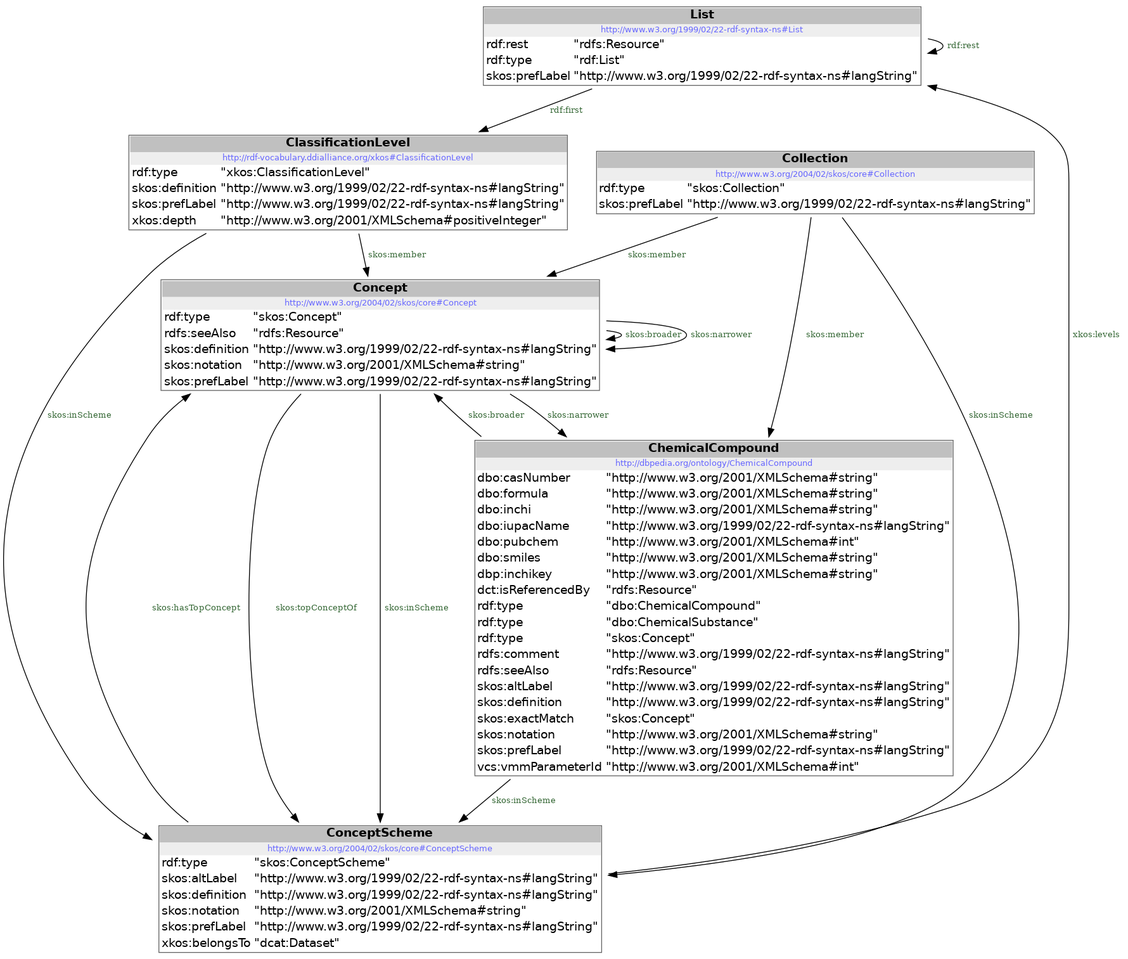
Above: src/main/documentation/model.png in milieuinfo/codelijst-chemische_stof (Graphviz), before the change. Its source is kept beside it as src/main/documentation/model.dot.
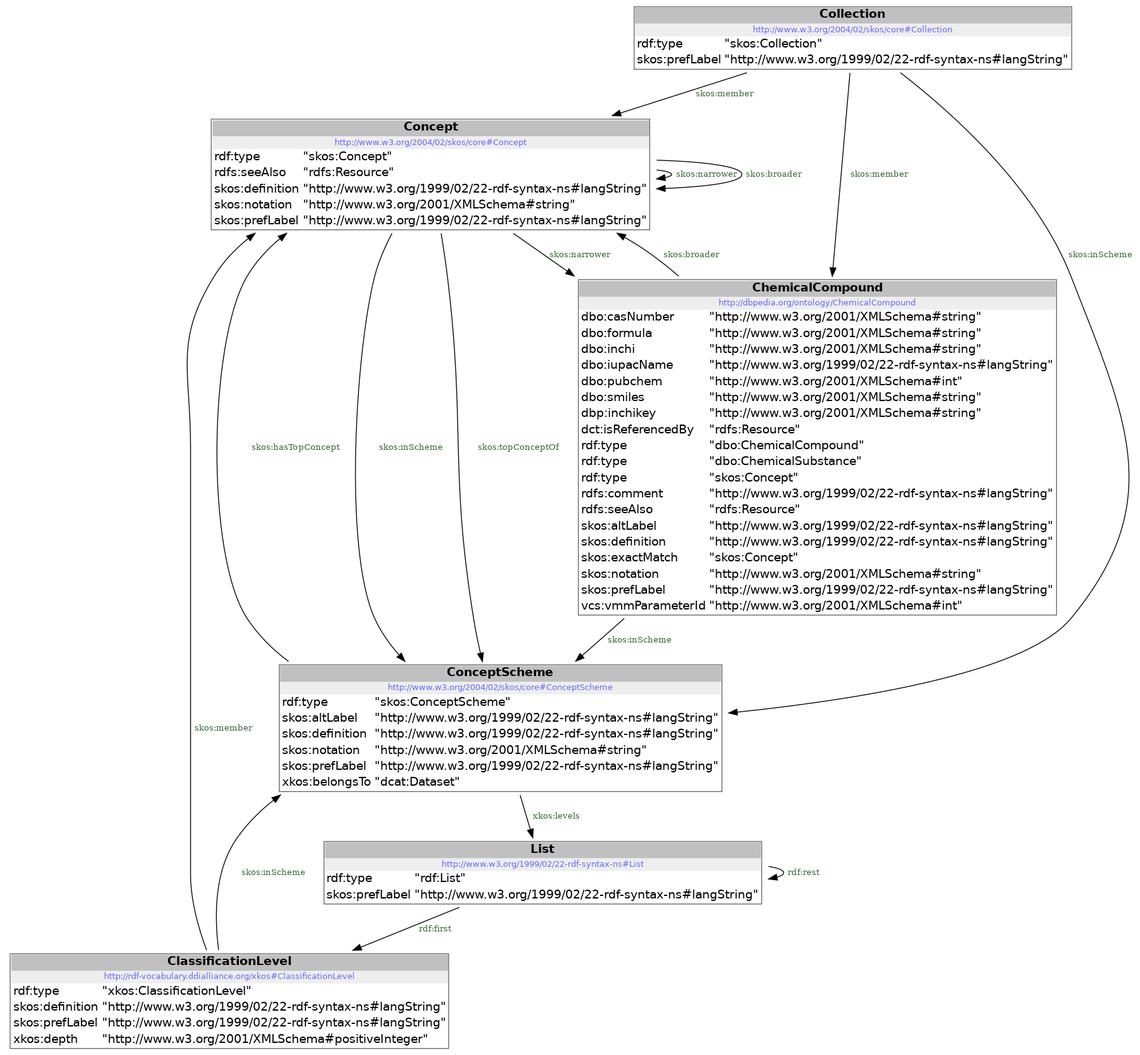
Later version of the same file.

Diff of the diagram source:
```diff
@@ -1,25 +1,25 @@
 digraph {
  node [ fontname="DejaVu Sans" ] ;
-	node0 -> node1 [ color=BLACK, label=< <font point-size='10' color='#336633'>skos:inScheme</font> > ] ;
-	node2 -> node1 [ color=BLACK, label=< <font point-size='10' color='#336633'>skos:inScheme</font> > ] ;
-	node4 -> node4 [ color=BLACK, label=< <font point-size='10' color='#336633'>skos:narrower</font> > ] ;
-	node2 -> node0 [ color=BLACK, label=< <font point-size='10' color='#336633'>skos:member</font> > ] ;
-	node3 -> node1 [ color=BLACK, label=< <font point-size='10' color='#336633'>skos:inScheme</font> > ] ;
-	node1 -> node4 [ color=BLACK, label=< <font point-size='10' color='#336633'>skos:hasTopConcept</font> > ] ;
-	node4 -> node1 [ color=BLACK, label=< <font point-size='10' color='#336633'>skos:inScheme</font> > ] ;
-	node4 -> node0 [ color=BLACK, label=< <font point-size='10' color='#336633'>skos:narrower</font> > ] ;
-	node4 -> node1 [ color=BLACK, label=< <font point-size='10' color='#336633'>skos:topConceptOf</font> > ] ;
-	node5 -> node5 [ color=BLACK, label=< <font point-size='10' color='#336633'>rdf:rest</font> > ] ;
-	node0 -> node4 [ color=BLACK, label=< <font point-size='10' color='#336633'>skos:broader</font> > ] ;
-	node1 -> node5 [ color=BLACK, label=< <font point-size='10' color='#336633'>xkos:levels</font> > ] ;
-	node5 -> node3 [ color=BLACK, label=< <font point-size='10' color='#336633'>rdf:first</font> > ] ;
-	node2 -> node4 [ color=BLACK, label=< <font point-size='10' color='#336633'>skos:member</font> > ] ;
-	node3 -> node4 [ color=BLACK, label=< <font point-size='10' color='#336633'>skos:member</font> > ] ;
-	node4 -> node4 [ color=BLACK, label=< <font point-size='10' color='#336633'>skos:broader</font> > ] ;
-node0 [ shape=none, color=black label=< <table color='#666666' cellborder='0' cellspacing='0' border='1'><tr><td colspan='2' bgcolor='grey'><B>ChemicalCompound</B></td></tr><tr><td href='http://dbpedia.org/ontology/ChemicalCompound' bgcolor='#eeeeee' colspan='2'><font point-size='10' color='#6666ff'>http://dbpedia.org/ontology/ChemicalCompound</font></td></tr><tr><td align='left'>dbo:casNumber</td><td align='left'>&quot;http://www.w3.org/2001/XMLSchema#string&quot;</td></tr><tr><td align='left'>dbo:formula</td><td align='left'>&quot;http://www.w3.org/2001/XMLSchema#string&quot;</td></tr><tr><td align='left'>dbo:inchi</td><td align='left'>&quot;http://www.w3.org/2001/XMLSchema#string&quot;</td></tr><tr><td align='left'>dbo:iupacName</td><td align='left'>&quot;http://www.w3.org/1999/02/22-rdf-syntax-ns#langString&quot;</td></tr><tr><td align='left'>dbo:pubchem</td><td align='left'>&quot;http://www.w3.org/2001/XMLSchema#int&quot;</td></tr><tr><td align='left'>dbo:smiles</td><td align='left'>&quot;http://www.w3.org/2001/XMLSchema#string&quot;</td></tr><tr><td align='left'>dbp:inchikey</td><td align='left'>&quot;http://www.w3.org/2001/XMLSchema#string&quot;</td></tr><tr><td align='left'>dct:isReferencedBy</td><td align='left'>&quot;rdfs:Resource&quot;</td></tr><tr><td align='left'>rdf:type</td><td align='left'>&quot;dbo:ChemicalCompound&quot;</td></tr><tr><td align='left'>rdf:type</td><td align='left'>&quot;dbo:ChemicalSubstance&quot;</td></tr><tr><td align='left'>rdf:type</td><td align='left'>&quot;skos:Concept&quot;</td></tr><tr><td align='left'>rdfs:comment</td><td align='left'>&quot;http://www.w3.org/1999/02/22-rdf-syntax-ns#langString&quot;</td></tr><tr><td align='left'>rdfs:seeAlso</td><td align='left'>&quot;rdfs:Resource&quot;</td></tr><tr><td align='left'>skos:altLabel</td><td align='left'>&quot;http://www.w3.org/1999/02/22-rdf-syntax-ns#langString&quot;</td></tr><tr><td align='left'>skos:definition</td><td align='left'>&quot;http://www.w3.org/1999/02/22-rdf-syntax-ns#langString&quot;</td></tr><tr><td align='left'>skos:exactMatch</td><td align='left'>&quot;skos:Concept&quot;</td></tr><tr><td align='left'>skos:notation</td><td align='left'>&quot;http://www.w3.org/2001/XMLSchema#string&quot;</td></tr><tr><td align='left'>skos:prefLabel</td><td align='left'>&quot;http://www.w3.org/1999/02/22-rdf-syntax-ns#langString&quot;</td></tr><tr><td align='left'>vcs:vmmParameterId</td><td align='left'>&quot;http://www.w3.org/2001/XMLSchema#int&quot;</td></tr></table> > ]
-node1 [ shape=none, color=black label=< <table color='#666666' cellborder='0' cellspacing='0' border='1'><tr><td colspan='2' bgcolor='grey'><B>ConceptScheme</B></td></tr><tr><td href='http://www.w3.org/2004/02/skos/core#ConceptScheme' bgcolor='#eeeeee' colspan='2'><font point-size='10' color='#6666ff'>http://www.w3.org/2004/02/skos/core#ConceptScheme</font></td></tr><tr><td align='left'>rdf:type</td><td align='left'>&quot;skos:ConceptScheme&quot;</td></tr><tr><td align='left'>skos:altLabel</td><td align='left'>&quot;http://www.w3.org/1999/02/22-rdf-syntax-ns#langString&quot;</td></tr><tr><td align='left'>skos:definition</td><td align='left'>&quot;http://www.w3.org/1999/02/22-rdf-syntax-ns#langString&quot;</td></tr><tr><td align='left'>skos:notation</td><td align='left'>&quot;http://www.w3.org/2001/XMLSchema#string&quot;</td></tr><tr><td align='left'>skos:prefLabel</td><td align='left'>&quot;http://www.w3.org/1999/02/22-rdf-syntax-ns#langString&quot;</td></tr><tr><td align='left'>xkos:belongsTo</td><td align='left'>&quot;dcat:Dataset&quot;</td></tr></table> > ]
-node2 [ shape=none, color=black label=< <table color='#666666' cellborder='0' cellspacing='0' border='1'><tr><td colspan='2' bgcolor='grey'><B>Collection</B></td></tr><tr><td href='http://www.w3.org/2004/02/skos/core#Collection' bgcolor='#eeeeee' colspan='2'><font point-size='10' color='#6666ff'>http://www.w3.org/2004/02/skos/core#Collection</font></td></tr><tr><td align='left'>rdf:type</td><td align='left'>&quot;skos:Collection&quot;</td></tr><tr><td align='left'>skos:prefLabel</td><td align='left'>&quot;http://www.w3.org/1999/02/22-rdf-syntax-ns#langString&quot;</td></tr></table> > ]
-node3 [ shape=none, color=black label=< <table color='#666666' cellborder='0' cellspacing='0' border='1'><tr><td colspan='2' bgcolor='grey'><B>ClassificationLevel</B></td></tr><tr><td href='http://rdf-vocabulary.ddialliance.org/xkos#ClassificationLevel' bgcolor='#eeeeee' colspan='2'><font point-size='10' color='#6666ff'>http://rdf-vocabulary.ddialliance.org/xkos#ClassificationLevel</font></td></tr><tr><td align='left'>rdf:type</td><td align='left'>&quot;xkos:ClassificationLevel&quot;</td></tr><tr><td align='left'>skos:definition</td><td align='left'>&quot;http://www.w3.org/1999/02/22-rdf-syntax-ns#langString&quot;</td></tr><tr><td align='left'>skos:prefLabel</td><td align='left'>&quot;http://www.w3.org/1999/02/22-rdf-syntax-ns#langString&quot;</td></tr><tr><td align='left'>xkos:depth</td><td align='left'>&quot;http://www.w3.org/2001/XMLSchema#positiveInteger&quot;</td></tr></table> > ]
-node4 [ shape=none, color=black label=< <table color='#666666' cellborder='0' cellspacing='0' border='1'><tr><td colspan='2' bgcolor='grey'><B>Concept</B></td></tr><tr><td href='http://www.w3.org/2004/02/skos/core#Concept' bgcolor='#eeeeee' colspan='2'><font point-size='10' color='#6666ff'>http://www.w3.org/2004/02/skos/core#Concept</font></td></tr><tr><td align='left'>rdf:type</td><td align='left'>&quot;skos:Concept&quot;</td></tr><tr><td align='left'>rdfs:seeAlso</td><td align='left'>&quot;rdfs:Resource&quot;</td></tr><tr><td align='left'>skos:definition</td><td align='left'>&quot;http://www.w3.org/1999/02/22-rdf-syntax-ns#langString&quot;</td></tr><tr><td align='left'>skos:notation</td><td align='left'>&quot;http://www.w3.org/2001/XMLSchema#string&quot;</td></tr><tr><td align='left'>skos:prefLabel</td><td align='left'>&quot;http://www.w3.org/1999/02/22-rdf-syntax-ns#langString&quot;</td></tr></table> > ]
-node5 [ shape=none, color=black label=< <table color='#666666' cellborder='0' cellspacing='0' border='1'><tr><td colspan='2' bgcolor='grey'><B>List</B></td></tr><tr><td href='http://www.w3.org/1999/02/22-rdf-syntax-ns#List' bgcolor='#eeeeee' colspan='2'><font point-size='10' color='#6666ff'>http://www.w3.org/1999/02/22-rdf-syntax-ns#List</font></td></tr><tr><td align='left'>rdf:rest</td><td align='left'>&quot;rdfs:Resource&quot;</td></tr><tr><td align='left'>rdf:type</td><td align='left'>&quot;rdf:List&quot;</td></tr><tr><td align='left'>skos:prefLabel</td><td align='left'>&quot;http://www.w3.org/1999/02/22-rdf-syntax-ns#langString&quot;</td></tr></table> > ]
+	node3 -> node2 [ color=BLACK, label=< <font point-size='10' color='#336633'>skos:inScheme</font> > ] ;
+	node4 -> node5 [ color=BLACK, label=< <font point-size='10' color='#336633'>rdf:first</font> > ] ;
+	node2 -> node4 [ color=BLACK, label=< <font point-size='10' color='#336633'>xkos:levels</font> > ] ;
+	node1 -> node2 [ color=BLACK, label=< <font point-size='10' color='#336633'>skos:inScheme</font> > ] ;
+	node3 -> node0 [ color=BLACK, label=< <font point-size='10' color='#336633'>skos:member</font> > ] ;
+	node2 -> node0 [ color=BLACK, label=< <font point-size='10' color='#336633'>skos:hasTopConcept</font> > ] ;
+	node3 -> node1 [ color=BLACK, label=< <font point-size='10' color='#336633'>skos:member</font> > ] ;
+	node0 -> node2 [ color=BLACK, label=< <font point-size='10' color='#336633'>skos:inScheme</font> > ] ;
+	node4 -> node4 [ color=BLACK, label=< <font point-size='10' color='#336633'>rdf:rest</font> > ] ;
+	node1 -> node0 [ color=BLACK, label=< <font point-size='10' color='#336633'>skos:broader</font> > ] ;
+	node0 -> node0 [ color=BLACK, label=< <font point-size='10' color='#336633'>skos:narrower</font> > ] ;
+	node5 -> node2 [ color=BLACK, label=< <font point-size='10' color='#336633'>skos:inScheme</font> > ] ;
+	node0 -> node1 [ color=BLACK, label=< <font point-size='10' color='#336633'>skos:narrower</font> > ] ;
+	node0 -> node2 [ color=BLACK, label=< <font point-size='10' color='#336633'>skos:topConceptOf</font> > ] ;
+	node0 -> node0 [ color=BLACK, label=< <font point-size='10' color='#336633'>skos:broader</font> > ] ;
+	node5 -> node0 [ color=BLACK, label=< <font point-size='10' color='#336633'>skos:member</font> > ] ;
+node0 [ shape=none, color=black label=< <table color='#666666' cellborder='0' cellspacing='0' border='1'><tr><td colspan='2' bgcolor='grey'><B>Concept</B></td></tr><tr><td href='http://www.w3.org/2004/02/skos/core#Concept' bgcolor='#eeeeee' colspan='2'><font point-size='10' color='#6666ff'>http://www.w3.org/2004/02/skos/core#Concept</font></td></tr><tr><td align='left'>rdf:type</td><td align='left'>&quot;skos:Concept&quot;</td></tr><tr><td align='left'>rdfs:seeAlso</td><td align='left'>&quot;rdfs:Resource&quot;</td></tr><tr><td align='left'>skos:definition</td><td align='left'>&quot;http://www.w3.org/1999/02/22-rdf-syntax-ns#langString&quot;</td></tr><tr><td align='left'>skos:notation</td><td align='left'>&quot;http://www.w3.org/2001/XMLSchema#string&quot;</td></tr><tr><td align='left'>skos:prefLabel</td><td align='left'>&quot;http://www.w3.org/1999/02/22-rdf-syntax-ns#langString&quot;</td></tr></table> > ]
+node1 [ shape=none, color=black label=< <table color='#666666' cellborder='0' cellspacing='0' border='1'><tr><td colspan='2' bgcolor='grey'><B>ChemicalCompound</B></td></tr><tr><td href='http://dbpedia.org/ontology/ChemicalCompound' bgcolor='#eeeeee' colspan='2'><font point-size='10' color='#6666ff'>http://dbpedia.org/ontology/ChemicalCompound</font></td></tr><tr><td align='left'>dbo:casNumber</td><td align='left'>&quot;http://www.w3.org/2001/XMLSchema#string&quot;</td></tr><tr><td align='left'>dbo:formula</td><td align='left'>&quot;http://www.w3.org/2001/XMLSchema#string&quot;</td></tr><tr><td align='left'>dbo:inchi</td><td align='left'>&quot;http://www.w3.org/2001/XMLSchema#string&quot;</td></tr><tr><td align='left'>dbo:iupacName</td><td align='left'>&quot;http://www.w3.org/1999/02/22-rdf-syntax-ns#langString&quot;</td></tr><tr><td align='left'>dbo:pubchem</td><td align='left'>&quot;http://www.w3.org/2001/XMLSchema#int&quot;</td></tr><tr><td align='left'>dbo:smiles</td><td align='left'>&quot;http://www.w3.org/2001/XMLSchema#string&quot;</td></tr><tr><td align='left'>dbp:inchikey</td><td align='left'>&quot;http://www.w3.org/2001/XMLSchema#string&quot;</td></tr><tr><td align='left'>dct:isReferencedBy</td><td align='left'>&quot;rdfs:Resource&quot;</td></tr><tr><td align='left'>rdf:type</td><td align='left'>&quot;dbo:ChemicalCompound&quot;</td></tr><tr><td align='left'>rdf:type</td><td align='left'>&quot;dbo:ChemicalSubstance&quot;</td></tr><tr><td align='left'>rdf:type</td><td align='left'>&quot;skos:Concept&quot;</td></tr><tr><td align='left'>rdfs:comment</td><td align='left'>&quot;http://www.w3.org/1999/02/22-rdf-syntax-ns#langString&quot;</td></tr><tr><td align='left'>rdfs:seeAlso</td><td align='left'>&quot;rdfs:Resource&quot;</td></tr><tr><td align='left'>skos:altLabel</td><td align='left'>&quot;http://www.w3.org/1999/02/22-rdf-syntax-ns#langString&quot;</td></tr><tr><td align='left'>skos:definition</td><td align='left'>&quot;http://www.w3.org/1999/02/22-rdf-syntax-ns#langString&quot;</td></tr><tr><td align='left'>skos:exactMatch</td><td align='left'>&quot;skos:Concept&quot;</td></tr><tr><td align='left'>skos:notation</td><td align='left'>&quot;http://www.w3.org/2001/XMLSchema#string&quot;</td></tr><tr><td align='left'>skos:prefLabel</td><td align='left'>&quot;http://www.w3.org/1999/02/22-rdf-syntax-ns#langString&quot;</td></tr><tr><td align='left'>vcs:vmmParameterId</td><td align='left'>&quot;http://www.w3.org/2001/XMLSchema#int&quot;</td></tr></table> > ]
+node2 [ shape=none, color=black label=< <table color='#666666' cellborder='0' cellspacing='0' border='1'><tr><td colspan='2' bgcolor='grey'><B>ConceptScheme</B></td></tr><tr><td href='http://www.w3.org/2004/02/skos/core#ConceptScheme' bgcolor='#eeeeee' colspan='2'><font point-size='10' color='#6666ff'>http://www.w3.org/2004/02/skos/core#ConceptScheme</font></td></tr><tr><td align='left'>rdf:type</td><td align='left'>&quot;skos:ConceptScheme&quot;</td></tr><tr><td align='left'>skos:altLabel</td><td align='left'>&quot;http://www.w3.org/1999/02/22-rdf-syntax-ns#langString&quot;</td></tr><tr><td align='left'>skos:definition</td><td align='left'>&quot;http://www.w3.org/1999/02/22-rdf-syntax-ns#langString&quot;</td></tr><tr><td align='left'>skos:notation</td><td align='left'>&quot;http://www.w3.org/2001/XMLSchema#string&quot;</td></tr><tr><td align='left'>skos:prefLabel</td><td align='left'>&quot;http://www.w3.org/1999/02/22-rdf-syntax-ns#langString&quot;</td></tr><tr><td align='left'>xkos:belongsTo</td><td align='left'>&quot;dcat:Dataset&quot;</td></tr></table> > ]
+node3 [ shape=none, color=black label=< <table color='#666666' cellborder='0' cellspacing='0' border='1'><tr><td colspan='2' bgcolor='grey'><B>Collection</B></td></tr><tr><td href='http://www.w3.org/2004/02/skos/core#Collection' bgcolor='#eeeeee' colspan='2'><font point-size='10' color='#6666ff'>http://www.w3.org/2004/02/skos/core#Collection</font></td></tr><tr><td align='left'>rdf:type</td><td align='left'>&quot;skos:Collection&quot;</td></tr><tr><td align='left'>skos:prefLabel</td><td align='left'>&quot;http://www.w3.org/1999/02/22-rdf-syntax-ns#langString&quot;</td></tr></table> > ]
+node4 [ shape=none, color=black label=< <table color='#666666' cellborder='0' cellspacing='0' border='1'><tr><td colspan='2' bgcolor='grey'><B>List</B></td></tr><tr><td href='http://www.w3.org/1999/02/22-rdf-syntax-ns#List' bgcolor='#eeeeee' colspan='2'><font point-size='10' color='#6666ff'>http://www.w3.org/1999/02/22-rdf-syntax-ns#List</font></td></tr><tr><td align='left'>rdf:type</td><td align='left'>&quot;rdf:List&quot;</td></tr><tr><td align='left'>skos:prefLabel</td><td align='left'>&quot;http://www.w3.org/1999/02/22-rdf-syntax-ns#langString&quot;</td></tr></table> > ]
+node5 [ shape=none, color=black label=< <table color='#666666' cellborder='0' cellspacing='0' border='1'><tr><td colspan='2' bgcolor='grey'><B>ClassificationLevel</B></td></tr><tr><td href='http://rdf-vocabulary.ddialliance.org/xkos#ClassificationLevel' bgcolor='#eeeeee' colspan='2'><font point-size='10' color='#6666ff'>http://rdf-vocabulary.ddialliance.org/xkos#ClassificationLevel</font></td></tr><tr><td align='left'>rdf:type</td><td align='left'>&quot;xkos:ClassificationLevel&quot;</td></tr><tr><td align='left'>skos:definition</td><td align='left'>&quot;http://www.w3.org/1999/02/22-rdf-syntax-ns#langString&quot;</td></tr><tr><td align='left'>skos:prefLabel</td><td align='left'>&quot;http://www.w3.org/1999/02/22-rdf-syntax-ns#langString&quot;</td></tr><tr><td align='left'>xkos:depth</td><td align='left'>&quot;http://www.w3.org/2001/XMLSchema#positiveInteger&quot;</td></tr></table> > ]
 }
```
